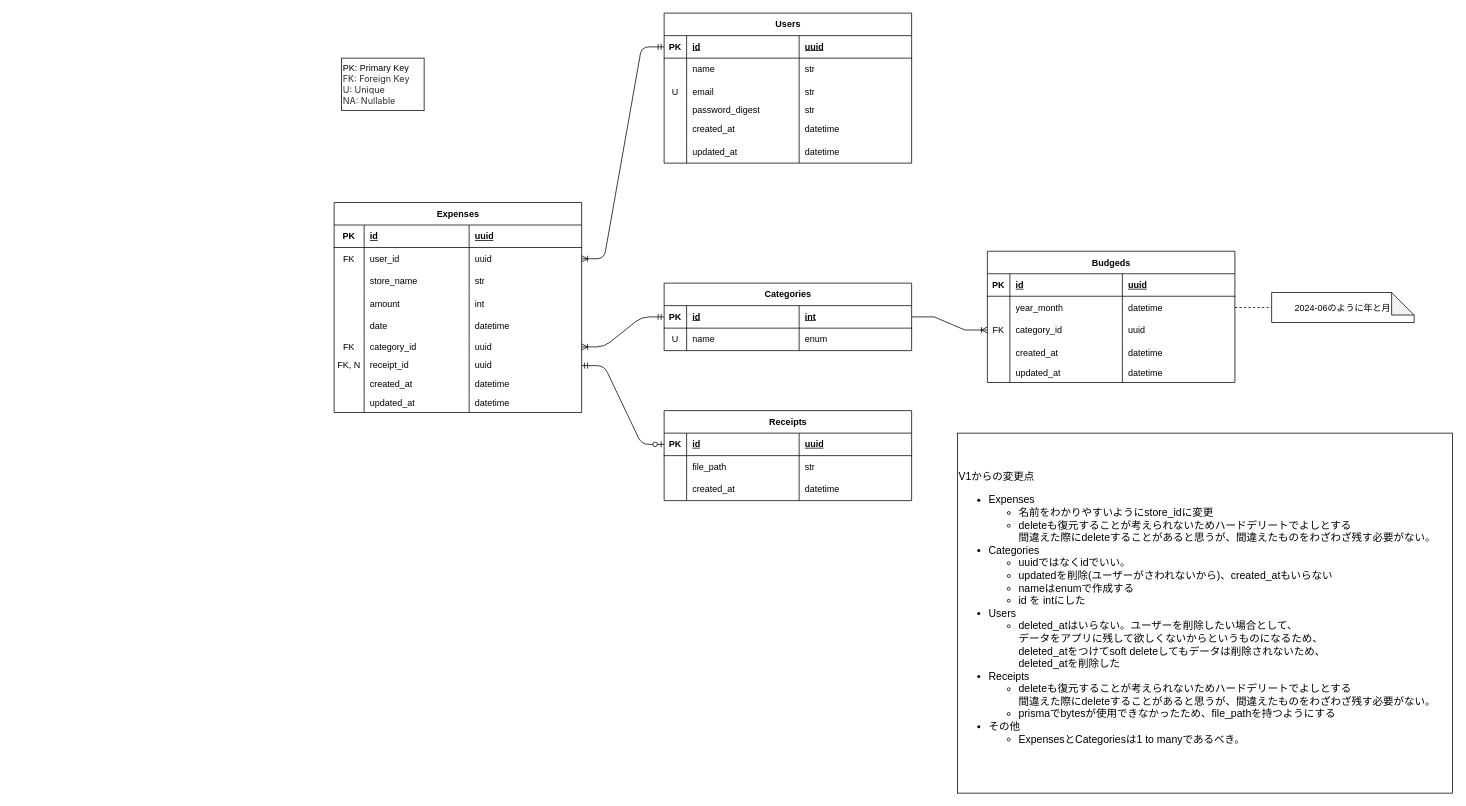
Above: architecture/ER/ER.drawio in ogaogs/receipt-scanner (draw.io), before the change. Source tidied: cells renumbered, new cells numbered last; positions are measured from the earlier drawing's top-left corner, leaving out a move shared by most shapes. Both pictures are drawn from the tidied source at 75%, with x=0, y=0 at pixel (334, 13).
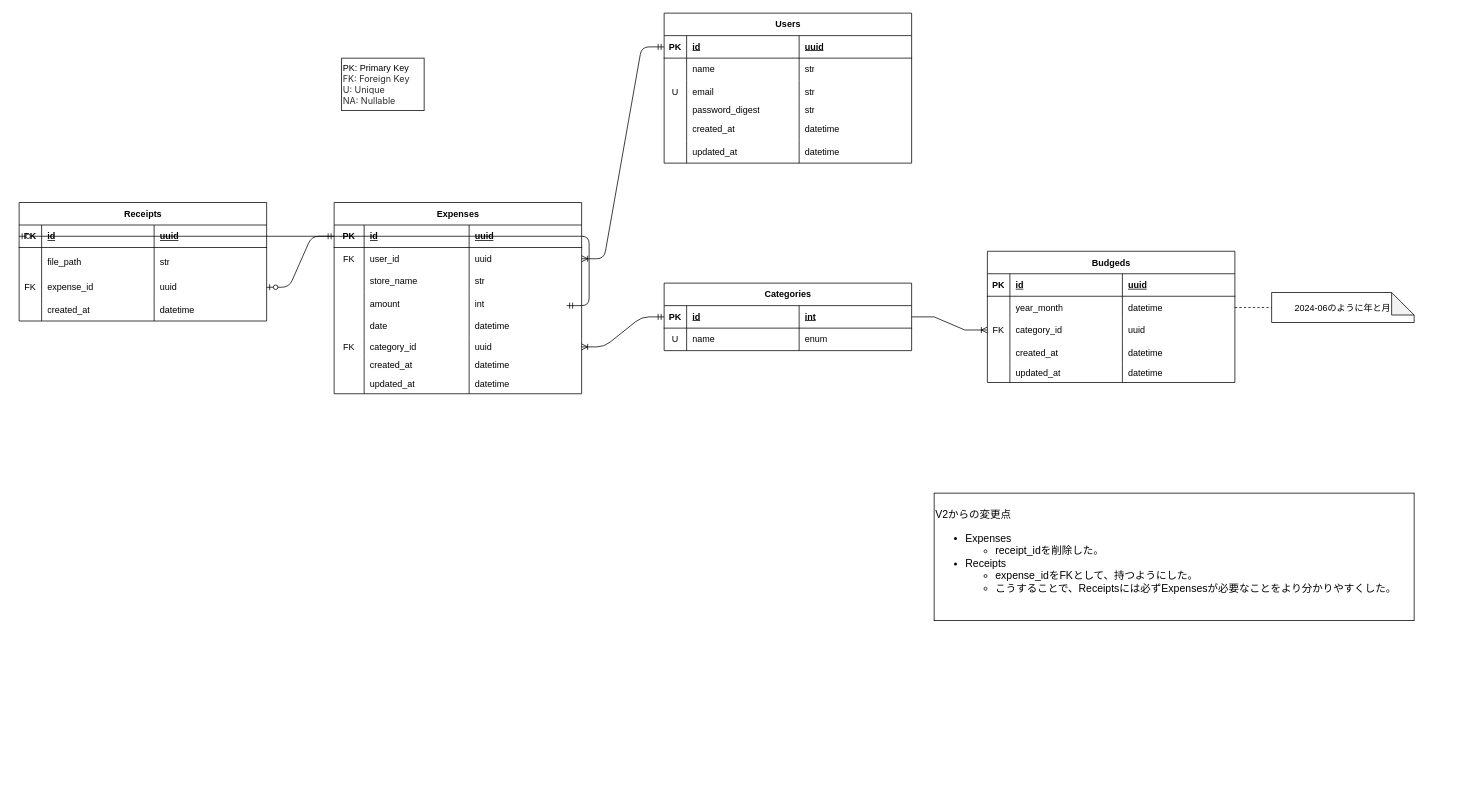
The same diagram, later.

Commit message (it also covers changes not shown here):
🗃️ ER_v3を作成し、ReceiptsとExpensesの関係をわかりやすくした (#30)

Unchanged cells that the change refers to:
```xml
<mxCell id="28" style="shape=tableRow;horizontal=0;startSize=0;swimlaneHead=0;swimlaneBody=0;fillColor=none;points=[[0,0.5],[1,0.5]];portConstraint=eastwest;top=0;left=0;right=0;bottom=1;" parent="27" vertex="1">
  <mxGeometry y="30" width="330" height="30" as="geometry" />
</mxCell>
<mxCell id="74" style="shape=tableRow;horizontal=0;startSize=0;swimlaneHead=0;swimlaneBody=0;fillColor=none;points=[[0,0.5],[1,0.5]];portConstraint=eastwest;top=0;left=0;right=0;bottom=1;" parent="73" vertex="1">
  <mxGeometry y="30" width="330" height="30" as="geometry" />
</mxCell>
```

Diff of the diagram source:
```diff
@@
     <mxCell id="27" value="Expenses" style="shape=table;startSize=30;childLayout=tableLayout;rowLines=0;fontStyle=1;align=center;html=1;" parent="1" vertex="1">
-      <mxGeometry y="252.5" width="330" height="280" as="geometry" />
+      <mxGeometry y="252.5" width="330" height="255" as="geometry" />
     </mxCell>
@@
-    <mxCell id="52" style="shape=tableRow;horizontal=0;startSize=0;swimlaneHead=0;swimlaneBody=0;fillColor=none;points=[[0,0.5],[1,0.5]];portConstraint=eastwest;top=0;left=0;right=0;bottom=0;" parent="27" vertex="1">
-      <mxGeometry y="205" width="330" height="25" as="geometry" />
-    </mxCell>
-    <mxCell id="53" value="FK, N" style="shape=partialRectangle;fillColor=none;top=0;left=0;bottom=0;right=0;overflow=hidden;whiteSpace=wrap;html=1;" parent="52" vertex="1">
-      <mxGeometry width="40" height="25" as="geometry" />
-    </mxCell>
-    <mxCell id="54" value="receipt_id" style="shape=partialRectangle;fillColor=none;top=0;left=0;bottom=0;right=0;align=left;spacingLeft=6;overflow=hidden;whiteSpace=wrap;html=1;" parent="52" vertex="1">
-      <mxGeometry x="40" width="140" height="25" as="geometry" />
-    </mxCell>
-    <mxCell id="55" value="uuid" style="shape=partialRectangle;fillColor=none;top=0;left=0;bottom=0;right=0;align=left;spacingLeft=6;overflow=hidden;whiteSpace=wrap;html=1;" parent="52" vertex="1">
-      <mxGeometry x="180" width="150" height="25" as="geometry" />
-    </mxCell>
     <mxCell id="56" style="shape=tableRow;horizontal=0;startSize=0;swimlaneHead=0;swimlaneBody=0;fillColor=none;top=0;left=0;right=0;bottom=0;" parent="27" vertex="1">
-      <mxGeometry y="230" width="330" height="25" as="geometry" />
+      <mxGeometry y="205" width="330" height="25" as="geometry" />
     </mxCell>
@@
     <mxCell id="60" style="shape=tableRow;horizontal=0;startSize=0;swimlaneHead=0;swimlaneBody=0;fillColor=none;top=0;left=0;right=0;bottom=0;" parent="27" vertex="1">
-      <mxGeometry y="255" width="330" height="25" as="geometry" />
+      <mxGeometry y="230" width="330" height="25" as="geometry" />
     </mxCell>
@@
     <mxCell id="73" value="Receipts" style="shape=table;startSize=30;childLayout=tableLayout;rowLines=0;fontStyle=1;align=center;html=1;" parent="1" vertex="1">
-      <mxGeometry x="440" y="530" width="330" height="120" as="geometry" />
+      <mxGeometry x="-420" y="252.5" width="330" height="158" as="geometry" />
     </mxCell>
@@
     <mxCell id="78" style="shape=tableRow;horizontal=0;startSize=0;swimlaneHead=0;swimlaneBody=0;fillColor=none;top=0;left=0;right=0;bottom=0;" parent="73" vertex="1">
-      <mxGeometry y="60" width="330" height="30" as="geometry" />
+      <mxGeometry y="60" width="330" height="38" as="geometry" />
     </mxCell>
     <mxCell id="79" style="shape=partialRectangle;fillColor=none;top=0;left=0;bottom=0;right=0;overflow=hidden;whiteSpace=wrap;html=1;" parent="78" vertex="1">
-      <mxGeometry width="30" height="30" as="geometry" />
+      <mxGeometry width="30" height="38" as="geometry" />
     </mxCell>
     <mxCell id="80" value="file_path" style="shape=partialRectangle;fillColor=none;top=0;left=0;bottom=0;right=0;align=left;spacingLeft=6;overflow=hidden;whiteSpace=wrap;html=1;" parent="78" vertex="1">
-      <mxGeometry x="30" width="150" height="30" as="geometry" />
+      <mxGeometry x="30" width="150" height="38" as="geometry" />
     </mxCell>
     <mxCell id="81" value="str" style="shape=partialRectangle;fillColor=none;top=0;left=0;bottom=0;right=0;align=left;spacingLeft=6;overflow=hidden;whiteSpace=wrap;html=1;" parent="78" vertex="1">
-      <mxGeometry x="180" width="150" height="30" as="geometry" />
+      <mxGeometry x="180" width="150" height="38" as="geometry" />
     </mxCell>
+    <mxCell id="115" style="shape=tableRow;horizontal=0;startSize=0;swimlaneHead=0;swimlaneBody=0;fillColor=none;points=[[0,0.5],[1,0.5]];portConstraint=eastwest;top=0;left=0;right=0;bottom=0;" parent="73" vertex="1">
+      <mxGeometry y="98" width="330" height="30" as="geometry" />
+    </mxCell>
+    <mxCell id="116" value="FK" style="shape=partialRectangle;fillColor=none;top=0;left=0;bottom=0;right=0;overflow=hidden;whiteSpace=wrap;html=1;" parent="115" vertex="1">
+      <mxGeometry width="30" height="30" as="geometry" />
+    </mxCell>
+    <mxCell id="117" value="expense_id" style="shape=partialRectangle;fillColor=none;top=0;left=0;bottom=0;right=0;align=left;spacingLeft=6;overflow=hidden;whiteSpace=wrap;html=1;" parent="115" vertex="1">
+      <mxGeometry x="30" width="150" height="30" as="geometry" />
+    </mxCell>
+    <mxCell id="55" value="uuid" style="shape=partialRectangle;fillColor=none;top=0;left=0;bottom=0;right=0;align=left;spacingLeft=6;overflow=hidden;whiteSpace=wrap;html=1;" parent="115" vertex="1">
+      <mxGeometry x="180" width="150" height="30" as="geometry" />
+    </mxCell>
     <mxCell id="82" style="shape=tableRow;horizontal=0;startSize=0;swimlaneHead=0;swimlaneBody=0;fillColor=none;top=0;left=0;right=0;bottom=0;" parent="73" vertex="1">
-      <mxGeometry y="90" width="330" height="30" as="geometry" />
+      <mxGeometry y="128" width="330" height="30" as="geometry" />
     </mxCell>
@@
-    <mxCell id="108" value="&lt;div style=&quot;font-size: 14px;&quot;&gt;V1からの変更点&lt;/div&gt;&lt;ul style=&quot;&quot;&gt;&lt;li style=&quot;font-size: 14px;&quot;&gt;Expenses&lt;/li&gt;&lt;ul&gt;&lt;li style=&quot;font-size: 14px;&quot;&gt;名前をわかりやすいようにstore_idに変更&lt;/li&gt;&lt;li style=&quot;font-size: 14px;&quot;&gt;deleteも復元することが考えられないためハードデリートでよしとする&lt;br&gt;間違えた際にdeleteすることがあると思うが、間違えたものをわざわざ残す必要がない。&lt;/li&gt;&lt;/ul&gt;&lt;li style=&quot;font-size: 14px;&quot;&gt;Categories&lt;/li&gt;&lt;ul&gt;&lt;li style=&quot;font-size: 14px;&quot;&gt;uuidではなくidでいい。&lt;/li&gt;&lt;li style=&quot;font-size: 14px;&quot;&gt;updatedを削除(ユーザーがさわれないから)、created_atもいらない&lt;/li&gt;&lt;li style=&quot;font-size: 14px;&quot;&gt;nameはenumで作成する&lt;/li&gt;&lt;li style=&quot;font-size: 14px;&quot;&gt;id を intにした&lt;/li&gt;&lt;/ul&gt;&lt;li style=&quot;font-size: 14px;&quot;&gt;Users&lt;/li&gt;&lt;ul&gt;&lt;li style=&quot;font-size: 14px;&quot;&gt;deleted_atはいらない。ユーザーを削除したい場合として、&lt;br style=&quot;font-size: 14px;&quot;&gt;データをアプリに残して欲しくないからというものになるため、&lt;br style=&quot;font-size: 14px;&quot;&gt;deleted_atをつけてsoft deleteしてもデータは削除されないため、&lt;br style=&quot;font-size: 14px;&quot;&gt;deleted_atを削除した&lt;/li&gt;&lt;/ul&gt;&lt;li style=&quot;&quot;&gt;Receipts&lt;/li&gt;&lt;ul&gt;&lt;li style=&quot;border-color: var(--border-color);&quot;&gt;deleteも復元することが考えられないためハードデリートでよしとする&lt;br style=&quot;border-color: var(--border-color);&quot;&gt;間違えた際にdeleteすることがあると思うが、間違えたものをわざわざ残す必要がない。&lt;/li&gt;&lt;li&gt;prismaでbytesが使用できなかったため、file_pathを持つようにする&lt;/li&gt;&lt;/ul&gt;&lt;li&gt;その他&lt;/li&gt;&lt;ul&gt;&lt;li style=&quot;border-color: var(--border-color);&quot;&gt;ExpensesとCategoriesは1 to manyであるべき。&lt;br&gt;&lt;/li&gt;&lt;/ul&gt;&lt;/ul&gt;" style="text;html=1;align=left;verticalAlign=middle;strokeColor=default;fillColor=none;fontSize=14;" parent="1" vertex="1">
-      <mxGeometry x="831" y="560" width="660" height="480" as="geometry" />
+    <mxCell id="108" value="&lt;div style=&quot;font-size: 14px;&quot;&gt;V2からの変更点&lt;/div&gt;&lt;ul style=&quot;&quot;&gt;&lt;li style=&quot;font-size: 14px;&quot;&gt;Expenses&lt;/li&gt;&lt;ul&gt;&lt;li style=&quot;font-size: 14px;&quot;&gt;&lt;span style=&quot;background-color: initial;&quot;&gt;receipt_idを削除した。&lt;/span&gt;&lt;/li&gt;&lt;/ul&gt;&lt;li style=&quot;&quot;&gt;Receipts&lt;/li&gt;&lt;ul&gt;&lt;li style=&quot;border-color: var(--border-color);&quot;&gt;expense_idをFKとして、持つようにした。&lt;/li&gt;&lt;li style=&quot;border-color: var(--border-color);&quot;&gt;こうすることで、Receiptsには必ずExpensesが必要なことをより分かりやすくした。&lt;/li&gt;&lt;/ul&gt;&lt;/ul&gt;" style="text;html=1;align=left;verticalAlign=middle;strokeColor=default;fillColor=none;fontSize=14;" parent="1" vertex="1">
+      <mxGeometry x="800" y="640" width="640" height="170" as="geometry" />
     </mxCell>
@@
-    <mxCell id="112" style="edgeStyle=entityRelationEdgeStyle;fontSize=12;html=1;endArrow=ERzeroToOne;startArrow=ERmandOne;exitX=1;exitY=0.5;exitDx=0;exitDy=0;entryX=0;entryY=0.5;entryDx=0;entryDy=0;" parent="1" edge="1" source="52" target="74">
-      <mxGeometry relative="1" as="geometry" />
+    <mxCell id="112" style="edgeStyle=entityRelationEdgeStyle;fontSize=12;html=1;endArrow=ERzeroToOne;startArrow=ERmandOne;exitX=1;exitY=0.5;exitDx=0;exitDy=0;entryX=0;entryY=0.5;entryDx=0;entryDy=0;" parent="1" edge="1" target="74">
+      <mxGeometry relative="1" as="geometry">
+        <mxPoint x="310" y="390" as="sourcePoint" />
+      </mxGeometry>
     </mxCell>
@@
+    <mxCell id="118" style="edgeStyle=entityRelationEdgeStyle;fontSize=12;html=1;endArrow=ERzeroToOne;startArrow=ERmandOne;entryX=1;entryY=0.5;entryDx=0;entryDy=0;exitX=0;exitY=0.5;exitDx=0;exitDy=0;" parent="1" edge="1" source="28" target="115">
+      <mxGeometry relative="1" as="geometry" />
+    </mxCell>
```
